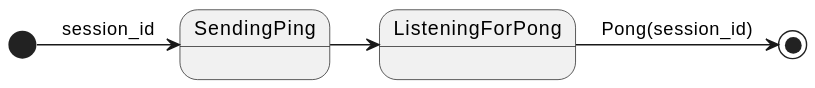
peterpaul/kafka-ping-stm keeps this PlantUML diagram as ping.svg. Above is the earlier version.
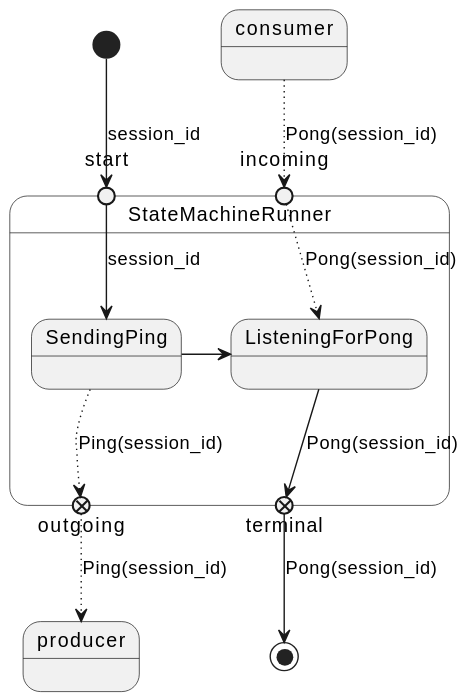
Later version of the same file.

Diff of the diagram source:
```diff
@@ -1,5 +1,15 @@
 @startuml
-[*] -> SendingPing: session_id
-SendingPing -> ListeningForPong
-ListeningForPong -> [*]: Pong(session_id)
+state StateMachineRunner {
+        state start <<entryPoint>>
+        state incoming <<entryPoint>>
+        start --> SendingPing: session_id
+        SendingPing -[dotted]-> outgoing <<exitPoint>>: Ping(session_id)
+        SendingPing -> ListeningForPong
+        incoming -[dotted]-> ListeningForPong: Pong(session_id)
+        ListeningForPong -> terminal <<exitPoint>>: Pong(session_id)
+}
+[*] --> start: session_id
+terminal --> [*]: Pong(session_id)
+consumer -[dotted]-> incoming: Pong(session_id)
+outgoing -[dotted]-> producer: Ping(session_id)
 @enduml
```
